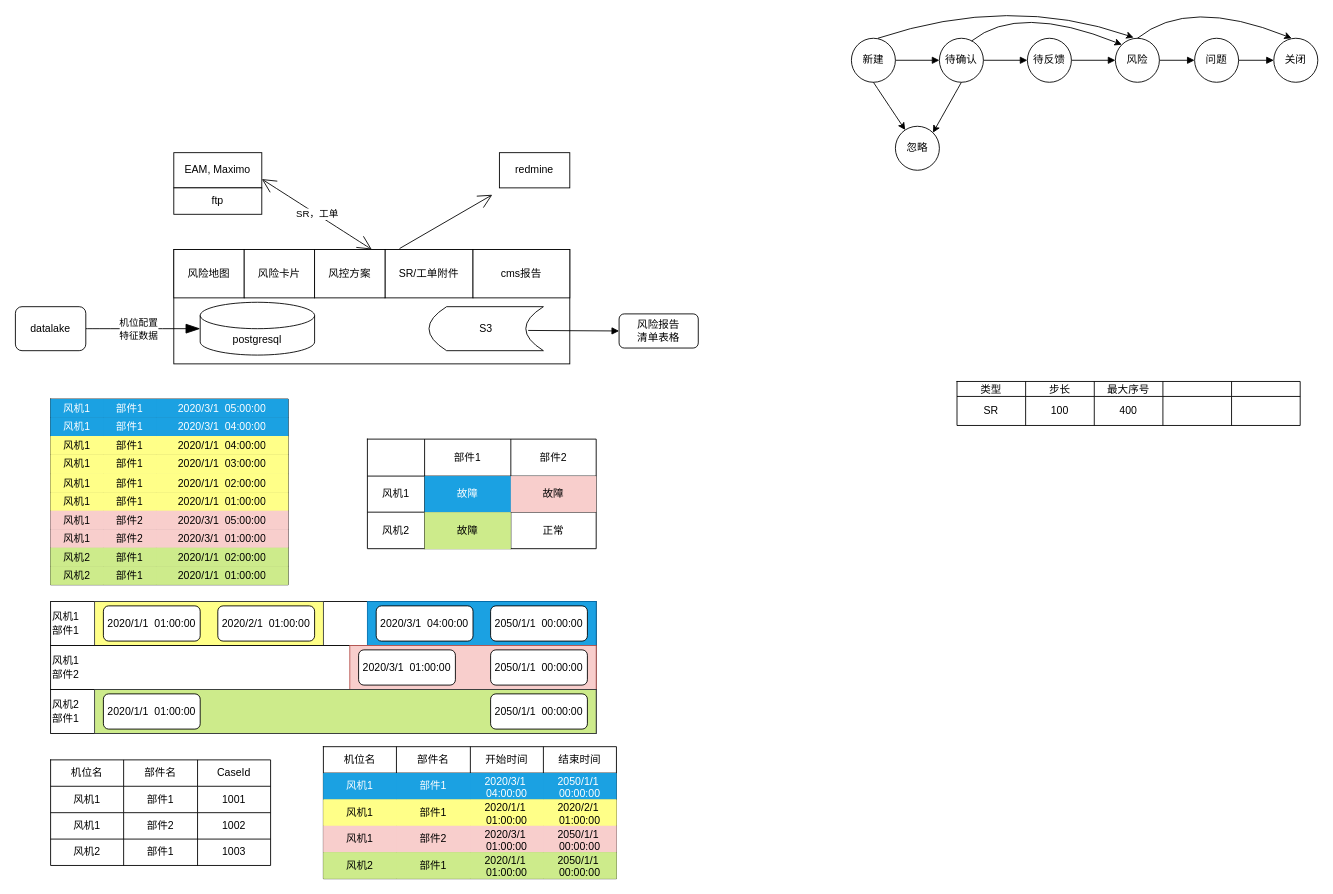
This is 云端透视.drawio from tonyleifang/tony, a draw.io file, before an edit. Source tidied: cells renumbered, new cells numbered last; positions are measured from the earlier drawing's top-left corner, leaving out a move shared by most shapes. Both pictures are drawn from the tidied source at 88%, with x=0, y=0 at pixel (15, -6).
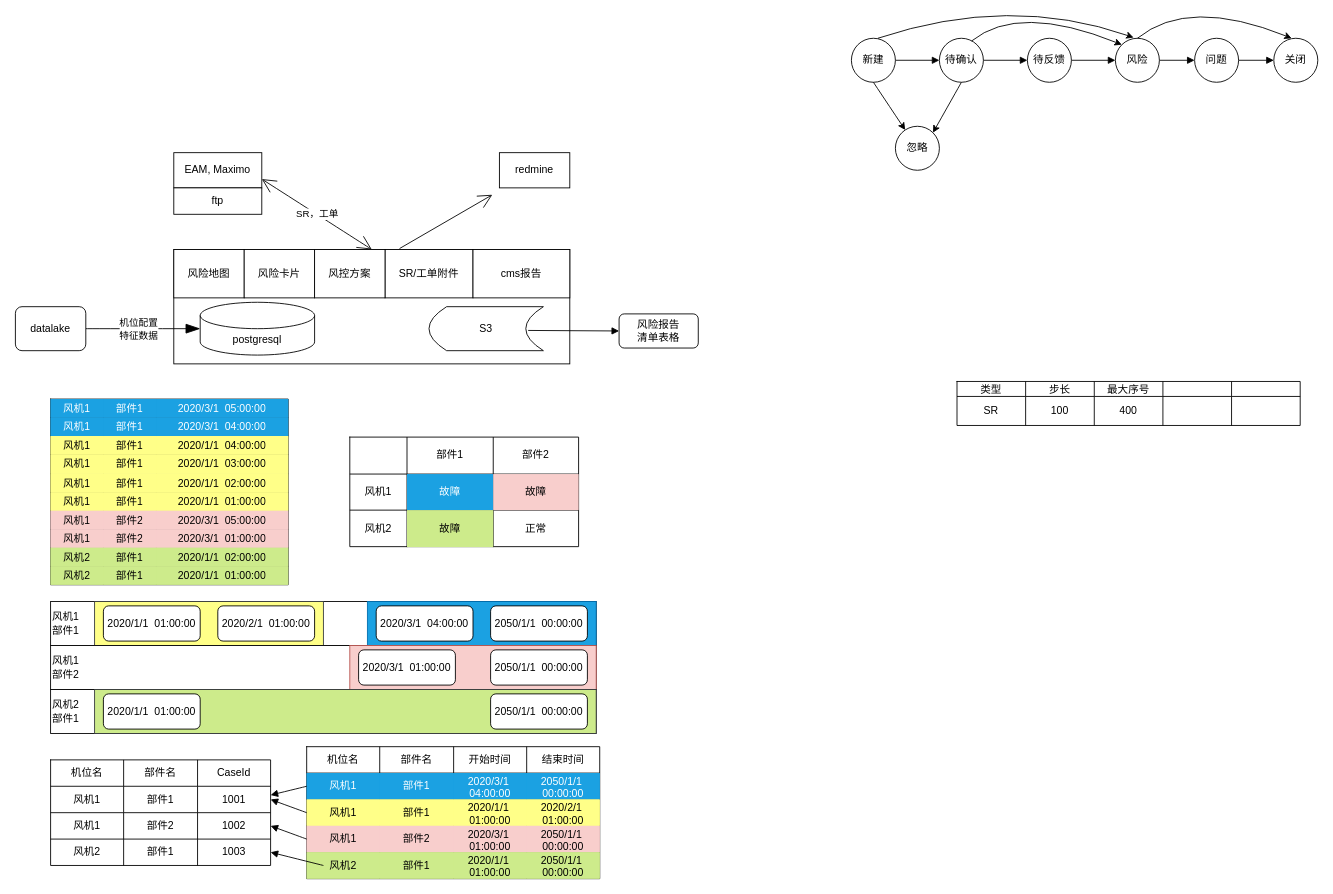
Above is the later version.

Commit message (it also covers changes not shown here):
更新云端透视.drawio

The change refers to these unchanged cells:
```xml
<mxCell id="124" style="shape=partialRectangle;fillColor=none;top=0;left=0;bottom=0;right=0;points=[[0,0.5],[1,0.5]];portConstraint=eastwest;rounded=0;labelBorderColor=none;html=0;" parent="119" vertex="1">
  <mxGeometry y="30" width="250" height="30" as="geometry" />
</mxCell>
<mxCell id="128" style="shape=partialRectangle;fillColor=none;top=0;left=0;bottom=0;right=0;points=[[0,0.5],[1,0.5]];portConstraint=eastwest;rounded=0;labelBorderColor=none;html=0;" parent="119" vertex="1">
  <mxGeometry y="60" width="250" height="30" as="geometry" />
</mxCell>
<mxCell id="132" style="shape=partialRectangle;fillColor=none;top=0;left=0;bottom=0;right=0;points=[[0,0.5],[1,0.5]];portConstraint=eastwest;rounded=0;labelBorderColor=none;html=0;" parent="119" vertex="1">
  <mxGeometry y="90" width="250" height="30" as="geometry" />
</mxCell>
<mxCell id="142" style="shape=partialRectangle;fillColor=#1ba1e2;top=0;left=0;bottom=0;right=0;points=[[0,0.5],[1,0.5]];portConstraint=eastwest;rounded=0;labelBorderColor=none;html=0;fontColor=#ffffff;strokeColor=#006EAF;" parent="136" vertex="1">
  <mxGeometry y="30" width="333" height="30" as="geometry" />
</mxCell>
<mxCell id="147" style="shape=partialRectangle;fillColor=#ffff88;top=0;left=0;bottom=0;right=0;points=[[0,0.5],[1,0.5]];portConstraint=eastwest;rounded=0;labelBorderColor=none;html=0;strokeColor=#36393d;" parent="136" vertex="1">
  <mxGeometry y="60" width="333" height="30" as="geometry" />
</mxCell>
<mxCell id="152" style="shape=partialRectangle;fillColor=#f8cecc;top=0;left=0;bottom=0;right=0;points=[[0,0.5],[1,0.5]];portConstraint=eastwest;rounded=0;labelBorderColor=none;html=0;strokeColor=#b85450;" parent="136" vertex="1">
  <mxGeometry y="90" width="333" height="30" as="geometry" />
</mxCell>
```

Change to the diagram source:
```diff
@@
     <mxCell id="76" style="shape=table;startSize=0;childLayout=tableLayout;rounded=0;" parent="1" vertex="1">
-      <mxGeometry x="400" y="505.5" width="260" height="124.5" as="geometry" />
+      <mxGeometry x="380" y="503.2" width="260" height="124.5" as="geometry" />
     </mxCell>
@@
     <mxCell id="136" style="shape=table;startSize=0;childLayout=tableLayout;rounded=0;labelBorderColor=none;gradientColor=none;html=0;" parent="1" vertex="1">
-      <mxGeometry x="350" y="855" width="333" height="150" as="geometry" />
+      <mxGeometry x="331" y="855" width="333" height="150" as="geometry" />
     </mxCell>
@@
+    <mxCell id="162" style="edgeStyle=none;curved=1;jettySize=auto;html=1;endArrow=block;endFill=1;exitX=0;exitY=0.5;exitDx=0;exitDy=0;" parent="1" edge="1" source="142">
+      <mxGeometry relative="1" as="geometry">
+        <mxPoint x="290" y="910" as="targetPoint" />
+      </mxGeometry>
+    </mxCell>
+    <mxCell id="163" style="edgeStyle=none;curved=1;jettySize=auto;html=1;endArrow=block;endFill=1;exitX=0;exitY=0.5;exitDx=0;exitDy=0;entryX=1;entryY=0.5;entryDx=0;entryDy=0;" parent="1" edge="1" source="147" target="124">
+      <mxGeometry relative="1" as="geometry" />
+    </mxCell>
+    <mxCell id="164" style="edgeStyle=none;curved=1;jettySize=auto;html=1;endArrow=block;endFill=1;entryX=1;entryY=0.5;entryDx=0;entryDy=0;exitX=0;exitY=0.5;exitDx=0;exitDy=0;" parent="1" edge="1" source="152" target="128">
+      <mxGeometry relative="1" as="geometry" />
+    </mxCell>
+    <mxCell id="165" style="edgeStyle=none;curved=1;jettySize=auto;html=1;endArrow=block;endFill=1;entryX=1;entryY=0.5;entryDx=0;entryDy=0;" parent="1" edge="1" target="132">
+      <mxGeometry relative="1" as="geometry">
+        <mxPoint x="350" y="990" as="sourcePoint" />
+      </mxGeometry>
+    </mxCell>
```
